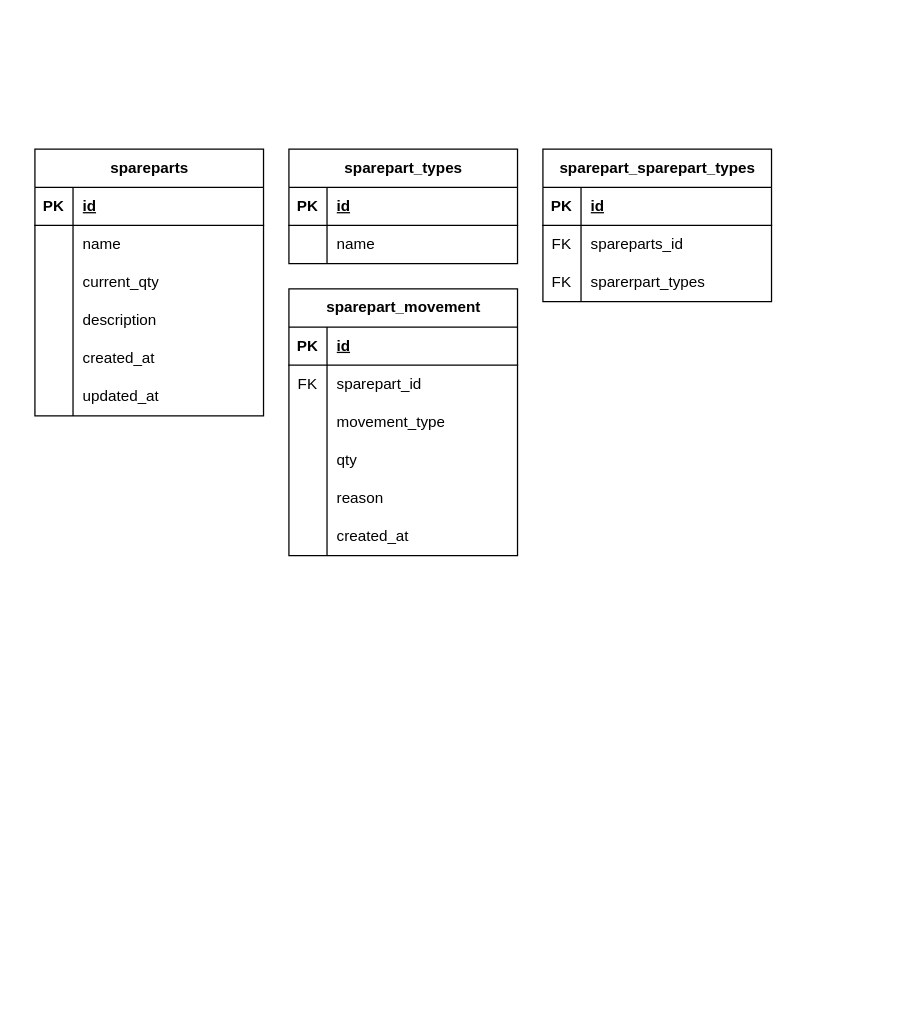
Above: ezzraledb.drawio in GadoGadoEnjoyer/ezzraledb (draw.io), before the change. Source tidied: cells renumbered, new cells numbered last; positions are measured from the earlier drawing's top-left corner, leaving out a move shared by most shapes. Both pictures are drawn from the tidied source at 127%, with x=0, y=0 at pixel (34, 149).
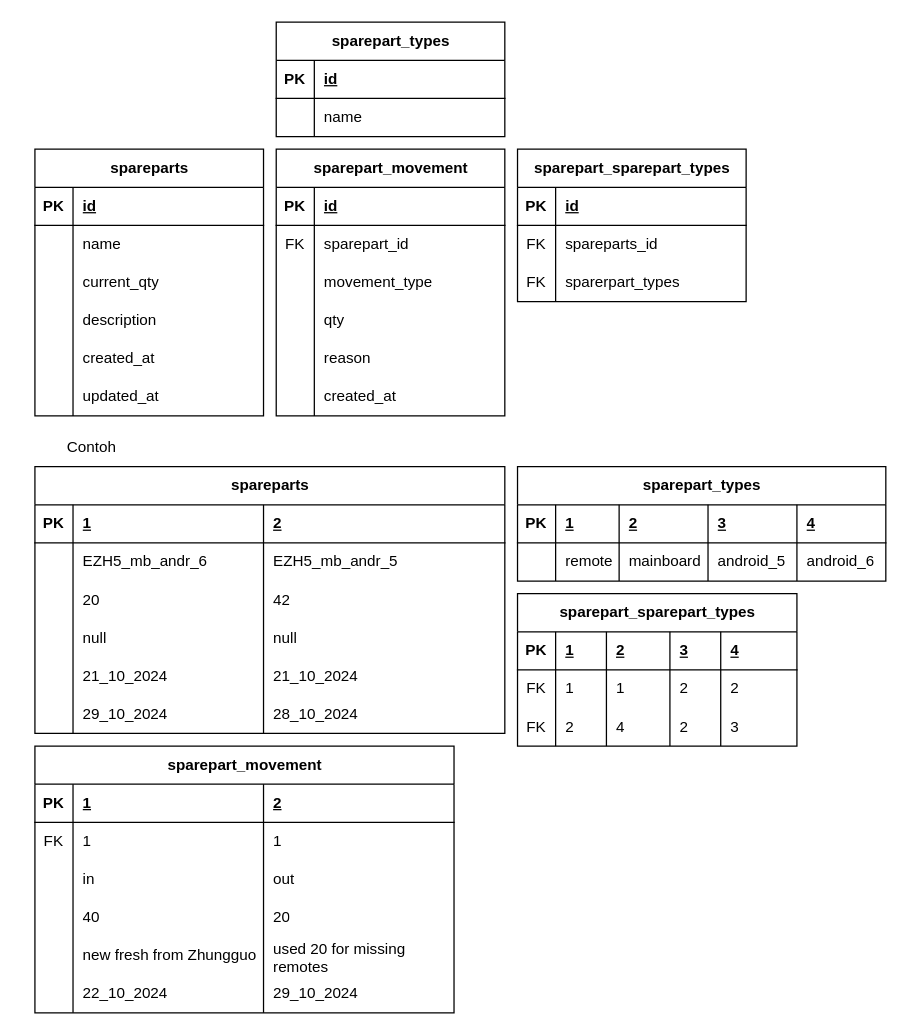
The same page after the edit.

Change to the diagram source:
```diff
@@
     <mxCell id="21" value="sparepart_types" style="shape=table;startSize=30;childLayout=tableLayout;rowLines=0;fontStyle=1;align=center;html=1;" parent="1" vertex="1">
-      <mxGeometry x="200" width="180" height="90" as="geometry" />
+      <mxGeometry x="190" y="-100" width="180" height="90" as="geometry" />
     </mxCell>
@@
     <mxCell id="28" value="sparepart_movement" style="shape=table;startSize=30;childLayout=tableLayout;rowLines=0;fontStyle=1;align=center;html=1;" parent="1" vertex="1">
-      <mxGeometry x="200" y="110" width="180" height="210" as="geometry" />
+      <mxGeometry x="190" width="180" height="210" as="geometry" />
     </mxCell>
@@
     <mxCell id="47" value="sparepart_sparepart_types" style="shape=table;startSize=30;childLayout=tableLayout;rowLines=0;fontStyle=1;align=center;html=1;" parent="1" vertex="1">
-      <mxGeometry x="400" width="180" height="120" as="geometry" />
+      <mxGeometry x="380" width="180" height="120" as="geometry" />
     </mxCell>
@@
+    <mxCell id="57" value="Contoh" style="text;html=1;align=center;verticalAlign=middle;whiteSpace=wrap;rounded=0;" parent="1" vertex="1">
+      <mxGeometry x="-10" y="220" width="110" height="30" as="geometry" />
+    </mxCell>
+    <mxCell id="58" value="spareparts" style="shape=table;startSize=30;childLayout=tableLayout;rowLines=0;fontStyle=1;align=center;html=1;" parent="1" vertex="1">
+      <mxGeometry y="250" width="370" height="210" as="geometry" />
+    </mxCell>
+    <mxCell id="59" style="shape=tableRow;horizontal=0;startSize=0;swimlaneHead=0;swimlaneBody=0;fillColor=none;top=0;left=0;right=0;bottom=1;" parent="58" vertex="1">
+      <mxGeometry y="30" width="370" height="30" as="geometry" />
+    </mxCell>
+    <mxCell id="60" value="PK" style="shape=partialRectangle;fillColor=none;top=0;left=0;bottom=0;right=0;fontStyle=1;overflow=hidden;whiteSpace=wrap;html=1;" parent="59" vertex="1">
+      <mxGeometry width="30" height="30" as="geometry" />
+    </mxCell>
+    <mxCell id="61" value="1" style="shape=partialRectangle;fillColor=none;top=0;left=0;bottom=0;right=0;align=left;spacingLeft=6;fontStyle=5;overflow=hidden;whiteSpace=wrap;html=1;" parent="59" vertex="1">
+      <mxGeometry x="30" width="150" height="30" as="geometry" />
+    </mxCell>
+    <mxCell id="62" value="2" style="shape=partialRectangle;fillColor=none;top=0;left=0;bottom=0;right=0;align=left;spacingLeft=6;fontStyle=5;overflow=hidden;whiteSpace=wrap;html=1;" parent="59" vertex="1">
+      <mxGeometry x="180" width="190" height="30" as="geometry" />
+    </mxCell>
+    <mxCell id="63" style="shape=tableRow;horizontal=0;startSize=0;swimlaneHead=0;swimlaneBody=0;fillColor=none;top=0;left=0;right=0;bottom=0;" parent="58" vertex="1">
+      <mxGeometry y="60" width="370" height="30" as="geometry" />
+    </mxCell>
+    <mxCell id="64" style="shape=partialRectangle;fillColor=none;top=0;left=0;bottom=0;right=0;overflow=hidden;whiteSpace=wrap;html=1;" parent="63" vertex="1">
+      <mxGeometry width="30" height="30" as="geometry" />
+    </mxCell>
+    <mxCell id="65" value="EZH5_mb_andr_6" style="shape=partialRectangle;fillColor=none;top=0;left=0;bottom=0;right=0;align=left;spacingLeft=6;overflow=hidden;whiteSpace=wrap;html=1;" parent="63" vertex="1">
+      <mxGeometry x="30" width="150" height="30" as="geometry" />
+    </mxCell>
+    <mxCell id="66" value="EZH5_mb_andr_5" style="shape=partialRectangle;fillColor=none;top=0;left=0;bottom=0;right=0;align=left;spacingLeft=6;overflow=hidden;whiteSpace=wrap;html=1;" parent="63" vertex="1">
+      <mxGeometry x="180" width="190" height="30" as="geometry" />
+    </mxCell>
+    <mxCell id="67" style="shape=tableRow;horizontal=0;startSize=0;swimlaneHead=0;swimlaneBody=0;fillColor=none;top=0;left=0;right=0;bottom=0;" parent="58" vertex="1">
+      <mxGeometry y="90" width="370" height="30" as="geometry" />
+    </mxCell>
+    <mxCell id="68" style="shape=partialRectangle;fillColor=none;top=0;left=0;bottom=0;right=0;overflow=hidden;whiteSpace=wrap;html=1;" parent="67" vertex="1">
+      <mxGeometry width="30" height="30" as="geometry" />
+    </mxCell>
+    <mxCell id="69" value="20" style="shape=partialRectangle;fillColor=none;top=0;left=0;bottom=0;right=0;align=left;spacingLeft=6;overflow=hidden;whiteSpace=wrap;html=1;" parent="67" vertex="1">
+      <mxGeometry x="30" width="150" height="30" as="geometry" />
+    </mxCell>
+    <mxCell id="70" value="42" style="shape=partialRectangle;fillColor=none;top=0;left=0;bottom=0;right=0;align=left;spacingLeft=6;overflow=hidden;whiteSpace=wrap;html=1;" parent="67" vertex="1">
+      <mxGeometry x="180" width="190" height="30" as="geometry" />
+    </mxCell>
+    <mxCell id="71" style="shape=tableRow;horizontal=0;startSize=0;swimlaneHead=0;swimlaneBody=0;fillColor=none;top=0;left=0;right=0;bottom=0;" parent="58" vertex="1">
+      <mxGeometry y="120" width="370" height="30" as="geometry" />
+    </mxCell>
+    <mxCell id="72" style="shape=partialRectangle;fillColor=none;top=0;left=0;bottom=0;right=0;overflow=hidden;whiteSpace=wrap;html=1;" parent="71" vertex="1">
+      <mxGeometry width="30" height="30" as="geometry" />
+    </mxCell>
+    <mxCell id="73" value="null" style="shape=partialRectangle;fillColor=none;top=0;left=0;bottom=0;right=0;align=left;spacingLeft=6;overflow=hidden;whiteSpace=wrap;html=1;" parent="71" vertex="1">
+      <mxGeometry x="30" width="150" height="30" as="geometry" />
+    </mxCell>
+    <mxCell id="74" value="null" style="shape=partialRectangle;fillColor=none;top=0;left=0;bottom=0;right=0;align=left;spacingLeft=6;overflow=hidden;whiteSpace=wrap;html=1;" parent="71" vertex="1">
+      <mxGeometry x="180" width="190" height="30" as="geometry" />
+    </mxCell>
+    <mxCell id="75" style="shape=tableRow;horizontal=0;startSize=0;swimlaneHead=0;swimlaneBody=0;fillColor=none;top=0;left=0;right=0;bottom=0;" parent="58" vertex="1">
+      <mxGeometry y="150" width="370" height="30" as="geometry" />
+    </mxCell>
+    <mxCell id="76" style="shape=partialRectangle;fillColor=none;top=0;left=0;bottom=0;right=0;overflow=hidden;whiteSpace=wrap;html=1;" parent="75" vertex="1">
+      <mxGeometry width="30" height="30" as="geometry" />
+    </mxCell>
+    <mxCell id="77" value="21_10_2024" style="shape=partialRectangle;fillColor=none;top=0;left=0;bottom=0;right=0;align=left;spacingLeft=6;overflow=hidden;whiteSpace=wrap;html=1;" parent="75" vertex="1">
+      <mxGeometry x="30" width="150" height="30" as="geometry" />
+    </mxCell>
+    <mxCell id="78" value="21_10_2024" style="shape=partialRectangle;fillColor=none;top=0;left=0;bottom=0;right=0;align=left;spacingLeft=6;overflow=hidden;whiteSpace=wrap;html=1;" parent="75" vertex="1">
+      <mxGeometry x="180" width="190" height="30" as="geometry" />
+    </mxCell>
+    <mxCell id="79" style="shape=tableRow;horizontal=0;startSize=0;swimlaneHead=0;swimlaneBody=0;fillColor=none;top=0;left=0;right=0;bottom=0;" parent="58" vertex="1">
+      <mxGeometry y="180" width="370" height="30" as="geometry" />
+    </mxCell>
+    <mxCell id="80" style="shape=partialRectangle;fillColor=none;top=0;left=0;bottom=0;right=0;overflow=hidden;whiteSpace=wrap;html=1;" parent="79" vertex="1">
+      <mxGeometry width="30" height="30" as="geometry" />
+    </mxCell>
+    <mxCell id="81" value="29_10_2024" style="shape=partialRectangle;fillColor=none;top=0;left=0;bottom=0;right=0;align=left;spacingLeft=6;overflow=hidden;whiteSpace=wrap;html=1;" parent="79" vertex="1">
+      <mxGeometry x="30" width="150" height="30" as="geometry" />
+    </mxCell>
+    <mxCell id="82" value="28_10_2024" style="shape=partialRectangle;fillColor=none;top=0;left=0;bottom=0;right=0;align=left;spacingLeft=6;overflow=hidden;whiteSpace=wrap;html=1;" parent="79" vertex="1">
+      <mxGeometry x="180" width="190" height="30" as="geometry" />
+    </mxCell>
+    <mxCell id="83" value="sparepart_types" style="shape=table;startSize=30;childLayout=tableLayout;rowLines=0;fontStyle=1;align=center;html=1;" parent="1" vertex="1">
+      <mxGeometry x="380" y="250" width="290" height="90" as="geometry" />
+    </mxCell>
+    <mxCell id="84" style="shape=tableRow;horizontal=0;startSize=0;swimlaneHead=0;swimlaneBody=0;fillColor=none;top=0;left=0;right=0;bottom=1;" parent="83" vertex="1">
+      <mxGeometry y="30" width="290" height="30" as="geometry" />
+    </mxCell>
+    <mxCell id="85" value="PK" style="shape=partialRectangle;fillColor=none;top=0;left=0;bottom=0;right=0;fontStyle=1;overflow=hidden;whiteSpace=wrap;html=1;" parent="84" vertex="1">
+      <mxGeometry width="30" height="30" as="geometry" />
+    </mxCell>
+    <mxCell id="86" value="1" style="shape=partialRectangle;fillColor=none;top=0;left=0;bottom=0;right=0;align=left;spacingLeft=6;fontStyle=5;overflow=hidden;whiteSpace=wrap;html=1;" parent="84" vertex="1">
+      <mxGeometry x="30" width="50" height="30" as="geometry" />
+    </mxCell>
+    <mxCell id="87" value="2" style="shape=partialRectangle;fillColor=none;top=0;left=0;bottom=0;right=0;align=left;spacingLeft=6;fontStyle=5;overflow=hidden;whiteSpace=wrap;html=1;" parent="84" vertex="1">
+      <mxGeometry x="80" width="70" height="30" as="geometry" />
+    </mxCell>
+    <mxCell id="88" value="3" style="shape=partialRectangle;fillColor=none;top=0;left=0;bottom=0;right=0;align=left;spacingLeft=6;fontStyle=5;overflow=hidden;whiteSpace=wrap;html=1;" parent="84" vertex="1">
+      <mxGeometry x="150" width="70" height="30" as="geometry" />
+    </mxCell>
+    <mxCell id="89" value="4" style="shape=partialRectangle;fillColor=none;top=0;left=0;bottom=0;right=0;align=left;spacingLeft=6;fontStyle=5;overflow=hidden;whiteSpace=wrap;html=1;" parent="84" vertex="1">
+      <mxGeometry x="220" width="70" height="30" as="geometry" />
+    </mxCell>
+    <mxCell id="90" style="shape=tableRow;horizontal=0;startSize=0;swimlaneHead=0;swimlaneBody=0;fillColor=none;top=0;left=0;right=0;bottom=0;" parent="83" vertex="1">
+      <mxGeometry y="60" width="290" height="30" as="geometry" />
+    </mxCell>
+    <mxCell id="91" style="shape=partialRectangle;fillColor=none;top=0;left=0;bottom=0;right=0;overflow=hidden;whiteSpace=wrap;html=1;" parent="90" vertex="1">
+      <mxGeometry width="30" height="30" as="geometry" />
+    </mxCell>
+    <mxCell id="92" value="remote" style="shape=partialRectangle;fillColor=none;top=0;left=0;bottom=0;right=0;align=left;spacingLeft=6;overflow=hidden;whiteSpace=wrap;html=1;" parent="90" vertex="1">
+      <mxGeometry x="30" width="50" height="30" as="geometry" />
+    </mxCell>
+    <mxCell id="93" value="mainboard" style="shape=partialRectangle;fillColor=none;top=0;left=0;bottom=0;right=0;align=left;spacingLeft=6;overflow=hidden;whiteSpace=wrap;html=1;" parent="90" vertex="1">
+      <mxGeometry x="80" width="70" height="30" as="geometry" />
+    </mxCell>
+    <mxCell id="94" value="android_5" style="shape=partialRectangle;fillColor=none;top=0;left=0;bottom=0;right=0;align=left;spacingLeft=6;overflow=hidden;whiteSpace=wrap;html=1;" parent="90" vertex="1">
+      <mxGeometry x="150" width="70" height="30" as="geometry" />
+    </mxCell>
+    <mxCell id="95" value="android_6" style="shape=partialRectangle;fillColor=none;top=0;left=0;bottom=0;right=0;align=left;spacingLeft=6;overflow=hidden;whiteSpace=wrap;html=1;" parent="90" vertex="1">
+      <mxGeometry x="220" width="70" height="30" as="geometry" />
+    </mxCell>
+    <mxCell id="96" value="sparepart_sparepart_types" style="shape=table;startSize=30;childLayout=tableLayout;rowLines=0;fontStyle=1;align=center;html=1;" parent="1" vertex="1">
+      <mxGeometry x="380" y="350" width="220" height="120" as="geometry" />
+    </mxCell>
+    <mxCell id="97" style="shape=tableRow;horizontal=0;startSize=0;swimlaneHead=0;swimlaneBody=0;fillColor=none;top=0;left=0;right=0;bottom=1;" parent="96" vertex="1">
+      <mxGeometry y="30" width="220" height="30" as="geometry" />
+    </mxCell>
+    <mxCell id="98" value="PK" style="shape=partialRectangle;fillColor=none;top=0;left=0;bottom=0;right=0;fontStyle=1;overflow=hidden;whiteSpace=wrap;html=1;" parent="97" vertex="1">
+      <mxGeometry width="30" height="30" as="geometry" />
+    </mxCell>
+    <mxCell id="99" value="1" style="shape=partialRectangle;fillColor=none;top=0;left=0;bottom=0;right=0;align=left;spacingLeft=6;fontStyle=5;overflow=hidden;whiteSpace=wrap;html=1;" parent="97" vertex="1">
+      <mxGeometry x="30" width="40" height="30" as="geometry" />
+    </mxCell>
+    <mxCell id="100" value="2" style="shape=partialRectangle;fillColor=none;top=0;left=0;bottom=0;right=0;align=left;spacingLeft=6;fontStyle=5;overflow=hidden;whiteSpace=wrap;html=1;" parent="97" vertex="1">
+      <mxGeometry x="70" width="50" height="30" as="geometry" />
+    </mxCell>
+    <mxCell id="101" value="3" style="shape=partialRectangle;fillColor=none;top=0;left=0;bottom=0;right=0;align=left;spacingLeft=6;fontStyle=5;overflow=hidden;whiteSpace=wrap;html=1;" parent="97" vertex="1">
+      <mxGeometry x="120" width="40" height="30" as="geometry" />
+    </mxCell>
+    <mxCell id="102" value="4" style="shape=partialRectangle;fillColor=none;top=0;left=0;bottom=0;right=0;align=left;spacingLeft=6;fontStyle=5;overflow=hidden;whiteSpace=wrap;html=1;" parent="97" vertex="1">
+      <mxGeometry x="160" width="60" height="30" as="geometry" />
+    </mxCell>
+    <mxCell id="103" style="shape=tableRow;horizontal=0;startSize=0;swimlaneHead=0;swimlaneBody=0;fillColor=none;top=0;left=0;right=0;bottom=0;" parent="96" vertex="1">
+      <mxGeometry y="60" width="220" height="30" as="geometry" />
+    </mxCell>
+    <mxCell id="104" value="FK" style="shape=partialRectangle;fillColor=none;top=0;left=0;bottom=0;right=0;overflow=hidden;whiteSpace=wrap;html=1;" parent="103" vertex="1">
+      <mxGeometry width="30" height="30" as="geometry" />
+    </mxCell>
+    <mxCell id="105" value="1" style="shape=partialRectangle;fillColor=none;top=0;left=0;bottom=0;right=0;align=left;spacingLeft=6;overflow=hidden;whiteSpace=wrap;html=1;" parent="103" vertex="1">
+      <mxGeometry x="30" width="40" height="30" as="geometry" />
+    </mxCell>
+    <mxCell id="106" value="1" style="shape=partialRectangle;fillColor=none;top=0;left=0;bottom=0;right=0;align=left;spacingLeft=6;overflow=hidden;whiteSpace=wrap;html=1;" parent="103" vertex="1">
+      <mxGeometry x="70" width="50" height="30" as="geometry" />
+    </mxCell>
+    <mxCell id="107" value="2" style="shape=partialRectangle;fillColor=none;top=0;left=0;bottom=0;right=0;align=left;spacingLeft=6;overflow=hidden;whiteSpace=wrap;html=1;" parent="103" vertex="1">
+      <mxGeometry x="120" width="40" height="30" as="geometry" />
+    </mxCell>
+    <mxCell id="108" value="2" style="shape=partialRectangle;fillColor=none;top=0;left=0;bottom=0;right=0;align=left;spacingLeft=6;overflow=hidden;whiteSpace=wrap;html=1;" parent="103" vertex="1">
+      <mxGeometry x="160" width="60" height="30" as="geometry" />
+    </mxCell>
+    <mxCell id="109" style="shape=tableRow;horizontal=0;startSize=0;swimlaneHead=0;swimlaneBody=0;fillColor=none;top=0;left=0;right=0;bottom=0;" parent="96" vertex="1">
+      <mxGeometry y="90" width="220" height="30" as="geometry" />
+    </mxCell>
+    <mxCell id="110" value="FK" style="shape=partialRectangle;fillColor=none;top=0;left=0;bottom=0;right=0;overflow=hidden;whiteSpace=wrap;html=1;" parent="109" vertex="1">
+      <mxGeometry width="30" height="30" as="geometry" />
+    </mxCell>
+    <mxCell id="111" value="2" style="shape=partialRectangle;fillColor=none;top=0;left=0;bottom=0;right=0;align=left;spacingLeft=6;overflow=hidden;whiteSpace=wrap;html=1;" parent="109" vertex="1">
+      <mxGeometry x="30" width="40" height="30" as="geometry" />
+    </mxCell>
+    <mxCell id="112" value="4" style="shape=partialRectangle;fillColor=none;top=0;left=0;bottom=0;right=0;align=left;spacingLeft=6;overflow=hidden;whiteSpace=wrap;html=1;" parent="109" vertex="1">
+      <mxGeometry x="70" width="50" height="30" as="geometry" />
+    </mxCell>
+    <mxCell id="113" value="2" style="shape=partialRectangle;fillColor=none;top=0;left=0;bottom=0;right=0;align=left;spacingLeft=6;overflow=hidden;whiteSpace=wrap;html=1;" parent="109" vertex="1">
+      <mxGeometry x="120" width="40" height="30" as="geometry" />
+    </mxCell>
+    <mxCell id="114" value="3" style="shape=partialRectangle;fillColor=none;top=0;left=0;bottom=0;right=0;align=left;spacingLeft=6;overflow=hidden;whiteSpace=wrap;html=1;" parent="109" vertex="1">
+      <mxGeometry x="160" width="60" height="30" as="geometry" />
+    </mxCell>
+    <mxCell id="115" value="sparepart_movement" style="shape=table;startSize=30;childLayout=tableLayout;rowLines=0;fontStyle=1;align=center;html=1;" parent="1" vertex="1">
+      <mxGeometry y="470" width="330" height="210" as="geometry" />
+    </mxCell>
+    <mxCell id="116" style="shape=tableRow;horizontal=0;startSize=0;swimlaneHead=0;swimlaneBody=0;fillColor=none;top=0;left=0;right=0;bottom=1;" parent="115" vertex="1">
+      <mxGeometry y="30" width="330" height="30" as="geometry" />
+    </mxCell>
+    <mxCell id="117" value="PK" style="shape=partialRectangle;fillColor=none;top=0;left=0;bottom=0;right=0;fontStyle=1;overflow=hidden;whiteSpace=wrap;html=1;" parent="116" vertex="1">
+      <mxGeometry width="30" height="30" as="geometry" />
+    </mxCell>
+    <mxCell id="118" value="1" style="shape=partialRectangle;fillColor=none;top=0;left=0;bottom=0;right=0;align=left;spacingLeft=6;fontStyle=5;overflow=hidden;whiteSpace=wrap;html=1;" parent="116" vertex="1">
+      <mxGeometry x="30" width="150" height="30" as="geometry" />
+    </mxCell>
+    <mxCell id="119" value="2" style="shape=partialRectangle;fillColor=none;top=0;left=0;bottom=0;right=0;align=left;spacingLeft=6;fontStyle=5;overflow=hidden;whiteSpace=wrap;html=1;" parent="116" vertex="1">
+      <mxGeometry x="180" width="150" height="30" as="geometry" />
+    </mxCell>
+    <mxCell id="120" style="shape=tableRow;horizontal=0;startSize=0;swimlaneHead=0;swimlaneBody=0;fillColor=none;top=0;left=0;right=0;bottom=0;" parent="115" vertex="1">
+      <mxGeometry y="60" width="330" height="30" as="geometry" />
+    </mxCell>
+    <mxCell id="121" value="FK" style="shape=partialRectangle;fillColor=none;top=0;left=0;bottom=0;right=0;overflow=hidden;whiteSpace=wrap;html=1;" parent="120" vertex="1">
+      <mxGeometry width="30" height="30" as="geometry" />
+    </mxCell>
+    <mxCell id="122" value="1" style="shape=partialRectangle;fillColor=none;top=0;left=0;bottom=0;right=0;align=left;spacingLeft=6;overflow=hidden;whiteSpace=wrap;html=1;" parent="120" vertex="1">
+      <mxGeometry x="30" width="150" height="30" as="geometry" />
+    </mxCell>
+    <mxCell id="123" value="1" style="shape=partialRectangle;fillColor=none;top=0;left=0;bottom=0;right=0;align=left;spacingLeft=6;overflow=hidden;whiteSpace=wrap;html=1;" parent="120" vertex="1">
+      <mxGeometry x="180" width="150" height="30" as="geometry" />
+    </mxCell>
+    <mxCell id="124" style="shape=tableRow;horizontal=0;startSize=0;swimlaneHead=0;swimlaneBody=0;fillColor=none;top=0;left=0;right=0;bottom=0;" parent="115" vertex="1">
+      <mxGeometry y="90" width="330" height="30" as="geometry" />
+    </mxCell>
+    <mxCell id="125" style="shape=partialRectangle;fillColor=none;top=0;left=0;bottom=0;right=0;overflow=hidden;whiteSpace=wrap;html=1;" parent="124" vertex="1">
+      <mxGeometry width="30" height="30" as="geometry" />
+    </mxCell>
+    <mxCell id="126" value="in" style="shape=partialRectangle;fillColor=none;top=0;left=0;bottom=0;right=0;align=left;spacingLeft=6;overflow=hidden;whiteSpace=wrap;html=1;" parent="124" vertex="1">
+      <mxGeometry x="30" width="150" height="30" as="geometry" />
+    </mxCell>
+    <mxCell id="127" value="out" style="shape=partialRectangle;fillColor=none;top=0;left=0;bottom=0;right=0;align=left;spacingLeft=6;overflow=hidden;whiteSpace=wrap;html=1;" parent="124" vertex="1">
+      <mxGeometry x="180" width="150" height="30" as="geometry" />
+    </mxCell>
+    <mxCell id="128" style="shape=tableRow;horizontal=0;startSize=0;swimlaneHead=0;swimlaneBody=0;fillColor=none;top=0;left=0;right=0;bottom=0;" parent="115" vertex="1">
+      <mxGeometry y="120" width="330" height="30" as="geometry" />
+    </mxCell>
+    <mxCell id="129" style="shape=partialRectangle;fillColor=none;top=0;left=0;bottom=0;right=0;overflow=hidden;whiteSpace=wrap;html=1;" parent="128" vertex="1">
+      <mxGeometry width="30" height="30" as="geometry" />
+    </mxCell>
+    <mxCell id="130" value="40" style="shape=partialRectangle;fillColor=none;top=0;left=0;bottom=0;right=0;align=left;spacingLeft=6;overflow=hidden;whiteSpace=wrap;html=1;" parent="128" vertex="1">
+      <mxGeometry x="30" width="150" height="30" as="geometry" />
+    </mxCell>
+    <mxCell id="131" value="20" style="shape=partialRectangle;fillColor=none;top=0;left=0;bottom=0;right=0;align=left;spacingLeft=6;overflow=hidden;whiteSpace=wrap;html=1;" parent="128" vertex="1">
+      <mxGeometry x="180" width="150" height="30" as="geometry" />
+    </mxCell>
+    <mxCell id="132" style="shape=tableRow;horizontal=0;startSize=0;swimlaneHead=0;swimlaneBody=0;fillColor=none;top=0;left=0;right=0;bottom=0;" parent="115" vertex="1">
+      <mxGeometry y="150" width="330" height="30" as="geometry" />
+    </mxCell>
+    <mxCell id="133" style="shape=partialRectangle;fillColor=none;top=0;left=0;bottom=0;right=0;overflow=hidden;whiteSpace=wrap;html=1;" parent="132" vertex="1">
+      <mxGeometry width="30" height="30" as="geometry" />
+    </mxCell>
+    <mxCell id="134" value="new fresh from Zhungguo" style="shape=partialRectangle;fillColor=none;top=0;left=0;bottom=0;right=0;align=left;spacingLeft=6;overflow=hidden;whiteSpace=wrap;html=1;" parent="132" vertex="1">
+      <mxGeometry x="30" width="150" height="30" as="geometry" />
+    </mxCell>
+    <mxCell id="135" value="used 20 for missing remotes" style="shape=partialRectangle;fillColor=none;top=0;left=0;bottom=0;right=0;align=left;spacingLeft=6;overflow=hidden;whiteSpace=wrap;html=1;" parent="132" vertex="1">
+      <mxGeometry x="180" width="150" height="30" as="geometry" />
+    </mxCell>
+    <mxCell id="136" style="shape=tableRow;horizontal=0;startSize=0;swimlaneHead=0;swimlaneBody=0;fillColor=none;top=0;left=0;right=0;bottom=0;" parent="115" vertex="1">
+      <mxGeometry y="180" width="330" height="30" as="geometry" />
+    </mxCell>
+    <mxCell id="137" style="shape=partialRectangle;fillColor=none;top=0;left=0;bottom=0;right=0;overflow=hidden;whiteSpace=wrap;html=1;" parent="136" vertex="1">
+      <mxGeometry width="30" height="30" as="geometry" />
+    </mxCell>
+    <mxCell id="138" value="22_10_2024" style="shape=partialRectangle;fillColor=none;top=0;left=0;bottom=0;right=0;align=left;spacingLeft=6;overflow=hidden;whiteSpace=wrap;html=1;" parent="136" vertex="1">
+      <mxGeometry x="30" width="150" height="30" as="geometry" />
+    </mxCell>
+    <mxCell id="139" value="29_10_2024" style="shape=partialRectangle;fillColor=none;top=0;left=0;bottom=0;right=0;align=left;spacingLeft=6;overflow=hidden;whiteSpace=wrap;html=1;" parent="136" vertex="1">
+      <mxGeometry x="180" width="150" height="30" as="geometry" />
+    </mxCell>
```
